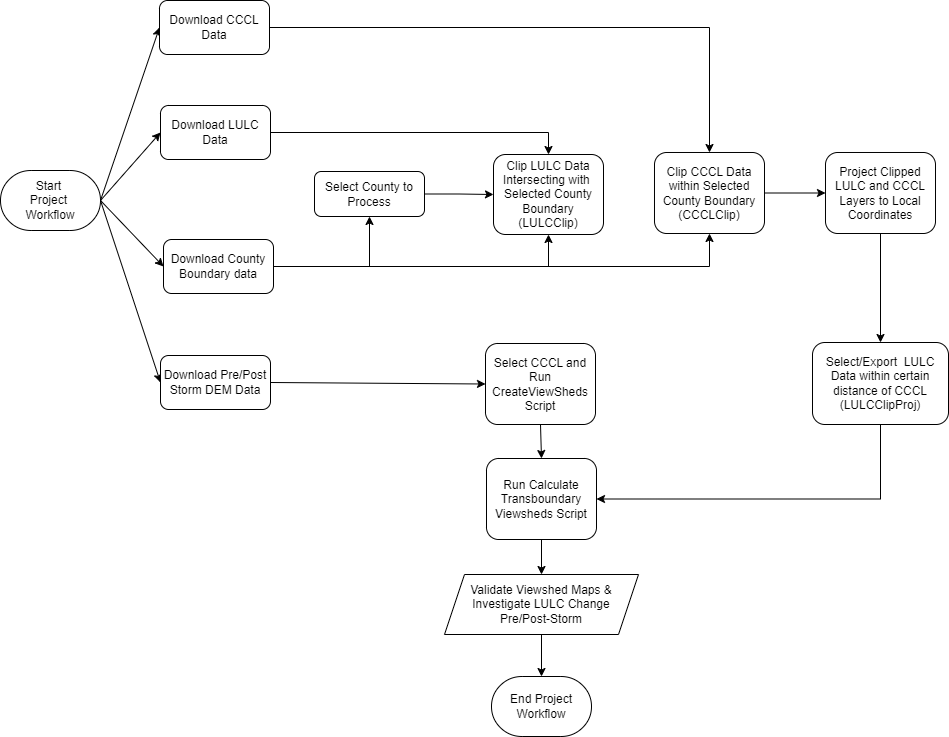
Before: ProjectWorkflow.drawio.png, a diagram exported from draw.io (RAIN-LX/ViewshedCalculator). Source tidied: cells renumbered, new cells last; positions are measured from the earlier drawing's top-left corner, leaving out a move shared by most shapes.
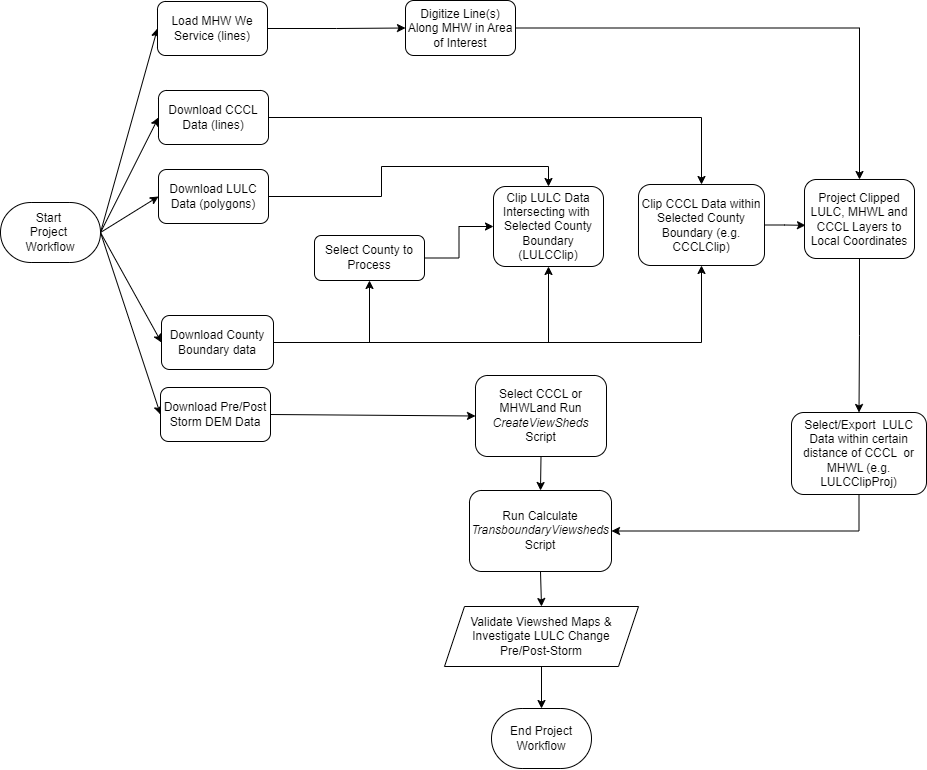
After the commit.

Commit message:
Added MHW to flowchart

Added MHW to flowchart

Change to the diagram source:
```diff
@@ -14,14 +14,17 @@
     <mxCell id="5" style="edgeStyle=none;rounded=0;jettySize=auto;html=1;exitX=1;exitY=0.5;exitDx=0;exitDy=0;exitPerimeter=0;entryX=0;entryY=0.5;entryDx=0;entryDy=0;" parent="1" edge="1" source="6" target="10">
       <mxGeometry relative="1" as="geometry" />
     </mxCell>
+    <mxCell id="33" style="edgeStyle=none;rounded=0;jettySize=auto;html=1;exitX=1;exitY=0.5;exitDx=0;exitDy=0;exitPerimeter=0;entryX=0;entryY=0.5;entryDx=0;entryDy=0;" parent="1" edge="1" source="6" target="35">
+      <mxGeometry relative="1" as="geometry" />
+    </mxCell>
     <mxCell id="6" value="Start&amp;nbsp;&lt;div&gt;Project&amp;nbsp;&lt;/div&gt;&lt;div&gt;Workflow&lt;/div&gt;" style="strokeWidth=1;html=1;shape=mxgraph.flowchart.terminator;whiteSpace=wrap;" parent="1" vertex="1">
       <mxGeometry y="170" width="100" height="60" as="geometry" />
     </mxCell>
     <mxCell id="7" style="edgeStyle=orthogonalEdgeStyle;rounded=0;jettySize=auto;html=1;exitX=1;exitY=0.5;exitDx=0;exitDy=0;entryX=0.5;entryY=0;entryDx=0;entryDy=0;" parent="1" edge="1" source="8" target="21">
       <mxGeometry relative="1" as="geometry" />
     </mxCell>
-    <mxCell id="8" value="&lt;div&gt;Download CCCL Data&lt;/div&gt;" style="rounded=1;whiteSpace=wrap;html=1;" parent="1" vertex="1">
-      <mxGeometry x="159" width="110" height="54" as="geometry" />
+    <mxCell id="8" value="&lt;div&gt;Download CCCL Data (lines)&lt;/div&gt;" style="rounded=1;whiteSpace=wrap;html=1;" parent="1" vertex="1">
+      <mxGeometry x="158" y="58" width="110" height="54" as="geometry" />
     </mxCell>
     <mxCell id="9" style="edgeStyle=none;rounded=0;jettySize=auto;html=1;exitX=1;exitY=0.5;exitDx=0;exitDy=0;entryX=0;entryY=0.5;entryDx=0;entryDy=0;" parent="1" edge="1" source="10" target="25">
       <mxGeometry relative="1" as="geometry" />
@@ -30,10 +33,16 @@
       <mxGeometry x="160" y="355" width="110" height="54" as="geometry" />
     </mxCell>
     <mxCell id="11" style="edgeStyle=orthogonalEdgeStyle;rounded=0;jettySize=auto;html=1;exitX=1;exitY=0.5;exitDx=0;exitDy=0;entryX=0.5;entryY=0;entryDx=0;entryDy=0;" parent="1" edge="1" source="12" target="17">
-      <mxGeometry relative="1" as="geometry" />
+      <mxGeometry relative="1" as="geometry">
+        <Array as="points">
+          <mxPoint x="381" y="164" />
+          <mxPoint x="381" y="134" />
+          <mxPoint x="548" y="134" />
+        </Array>
+      </mxGeometry>
     </mxCell>
-    <mxCell id="12" value="&lt;div&gt;Download LULC Data&lt;/div&gt;" style="rounded=1;whiteSpace=wrap;html=1;" parent="1" vertex="1">
-      <mxGeometry x="160" y="105" width="110" height="54" as="geometry" />
+    <mxCell id="12" value="&lt;div&gt;Download LULC Data&amp;nbsp;&lt;span style=&quot;background-color: initial;&quot;&gt;(polygons)&lt;/span&gt;&lt;/div&gt;" style="rounded=1;whiteSpace=wrap;html=1;" parent="1" vertex="1">
+      <mxGeometry x="158" y="137" width="110" height="54" as="geometry" />
     </mxCell>
     <mxCell id="13" style="edgeStyle=orthogonalEdgeStyle;rounded=0;jettySize=auto;html=1;exitX=1;exitY=0.5;exitDx=0;exitDy=0;entryX=0.5;entryY=1;entryDx=0;entryDy=0;" parent="1" edge="1" source="16" target="17">
       <mxGeometry relative="1" as="geometry" />
@@ -45,7 +54,7 @@
       <mxGeometry relative="1" as="geometry" />
     </mxCell>
     <mxCell id="16" value="&lt;div&gt;Download County Boundary data&lt;/div&gt;" style="rounded=1;whiteSpace=wrap;html=1;" parent="1" vertex="1">
-      <mxGeometry x="163" y="239" width="110" height="54" as="geometry" />
+      <mxGeometry x="161" y="283" width="112" height="54" as="geometry" />
     </mxCell>
     <mxCell id="17" value="&lt;div&gt;Clip LULC Data Intersecting with&amp;nbsp; Selected County Boundary (LULCClip)&lt;/div&gt;" style="rounded=1;whiteSpace=wrap;html=1;" parent="1" vertex="1">
       <mxGeometry x="493" y="154" width="110" height="80" as="geometry" />
@@ -53,26 +62,23 @@
     <mxCell id="18" style="edgeStyle=orthogonalEdgeStyle;rounded=0;jettySize=auto;html=1;exitX=0.5;exitY=1;exitDx=0;exitDy=0;entryX=1;entryY=0.5;entryDx=0;entryDy=0;" parent="1" edge="1" source="19" target="28">
       <mxGeometry relative="1" as="geometry" />
     </mxCell>
-    <mxCell id="19" value="&lt;div&gt;Select/Export&amp;nbsp; LULC Data within certain distance of CCCL (LULCClipProj)&lt;/div&gt;" style="rounded=1;whiteSpace=wrap;html=1;" parent="1" vertex="1">
-      <mxGeometry x="812" y="342" width="136" height="82" as="geometry" />
+    <mxCell id="19" value="&lt;div&gt;Select/Export&amp;nbsp; LULC Data within certain distance of CCCL&amp;nbsp; or MHWL&amp;nbsp;(e.g. LULCClipProj)&lt;/div&gt;" style="rounded=1;whiteSpace=wrap;html=1;" parent="1" vertex="1">
+      <mxGeometry x="791" y="380" width="135" height="82" as="geometry" />
     </mxCell>
-    <mxCell id="20" style="edgeStyle=orthogonalEdgeStyle;rounded=0;jettySize=auto;html=1;exitX=1;exitY=0.5;exitDx=0;exitDy=0;entryX=0;entryY=0.5;entryDx=0;entryDy=0;" parent="1" edge="1" source="21" target="32">
-      <mxGeometry relative="1" as="geometry" />
-    </mxCell>
-    <mxCell id="21" value="&lt;div&gt;Clip CCCL Data within Selected County Boundary (CCCLClip)&lt;/div&gt;" style="rounded=1;whiteSpace=wrap;html=1;" parent="1" vertex="1">
-      <mxGeometry x="654" y="152" width="110" height="81" as="geometry" />
+    <mxCell id="21" value="&lt;div&gt;Clip CCCL Data within Selected County Boundary (e.g. CCCLClip)&lt;/div&gt;" style="rounded=1;whiteSpace=wrap;html=1;" parent="1" vertex="1">
+      <mxGeometry x="638" y="152" width="126" height="81" as="geometry" />
     </mxCell>
     <mxCell id="22" style="edgeStyle=orthogonalEdgeStyle;rounded=0;jettySize=auto;html=1;exitX=1;exitY=0.5;exitDx=0;exitDy=0;entryX=0;entryY=0.5;entryDx=0;entryDy=0;" parent="1" edge="1" source="23" target="17">
       <mxGeometry relative="1" as="geometry" />
     </mxCell>
     <mxCell id="23" value="&lt;div&gt;Select County to Process&lt;/div&gt;" style="rounded=1;whiteSpace=wrap;html=1;" parent="1" vertex="1">
-      <mxGeometry x="314" y="171" width="110" height="45" as="geometry" />
+      <mxGeometry x="314" y="203" width="110" height="45" as="geometry" />
     </mxCell>
     <mxCell id="24" style="edgeStyle=none;rounded=0;jettySize=auto;html=1;exitX=0.5;exitY=1;exitDx=0;exitDy=0;entryX=0.5;entryY=0;entryDx=0;entryDy=0;" parent="1" edge="1" source="25" target="28">
       <mxGeometry relative="1" as="geometry" />
     </mxCell>
-    <mxCell id="25" value="&lt;div&gt;Select CCCL and Run CreateViewSheds Script&lt;/div&gt;" style="rounded=1;whiteSpace=wrap;html=1;" parent="1" vertex="1">
-      <mxGeometry x="485" y="343" width="110" height="81" as="geometry" />
+    <mxCell id="25" value="&lt;div&gt;Select CCCL or MHWLand Run &lt;i&gt;CreateViewSheds &lt;/i&gt;Script&lt;/div&gt;" style="rounded=1;whiteSpace=wrap;html=1;" parent="1" vertex="1">
+      <mxGeometry x="475" y="343" width="131" height="81" as="geometry" />
     </mxCell>
     <mxCell id="26" value="Validate Viewshed Maps &amp;amp;&lt;div&gt;Investigate LULC Change&lt;/div&gt;&lt;div&gt;Pre/Post-Storm&lt;/div&gt;" style="shape=parallelogram;perimeter=parallelogramPerimeter;whiteSpace=wrap;html=1;fixedSize=1;" parent="1" vertex="1">
       <mxGeometry x="444" y="574" width="194" height="60" as="geometry" />
@@ -80,8 +86,8 @@
     <mxCell id="27" style="edgeStyle=none;rounded=0;jettySize=auto;html=1;exitX=0.5;exitY=1;exitDx=0;exitDy=0;entryX=0.5;entryY=0;entryDx=0;entryDy=0;" parent="1" edge="1" source="28" target="26">
       <mxGeometry relative="1" as="geometry" />
     </mxCell>
-    <mxCell id="28" value="&lt;div&gt;Run Calculate Transboundary Viewsheds Script&lt;/div&gt;" style="rounded=1;whiteSpace=wrap;html=1;" parent="1" vertex="1">
-      <mxGeometry x="486" y="458" width="110" height="81" as="geometry" />
+    <mxCell id="28" value="&lt;div&gt;Run Calculate &lt;i&gt;TransboundaryViewsheds &lt;/i&gt;Script&lt;/div&gt;" style="rounded=1;whiteSpace=wrap;html=1;" parent="1" vertex="1">
+      <mxGeometry x="469" y="458" width="142" height="81" as="geometry" />
     </mxCell>
     <mxCell id="29" value="End Project Workflow" style="strokeWidth=1;html=1;shape=mxgraph.flowchart.terminator;whiteSpace=wrap;" parent="1" vertex="1">
       <mxGeometry x="491" y="676" width="100" height="60" as="geometry" />
@@ -92,8 +98,23 @@
     <mxCell id="31" style="edgeStyle=orthogonalEdgeStyle;rounded=0;jettySize=auto;html=1;exitX=0.5;exitY=1;exitDx=0;exitDy=0;entryX=0.5;entryY=0;entryDx=0;entryDy=0;" parent="1" edge="1" source="32" target="19">
       <mxGeometry relative="1" as="geometry" />
     </mxCell>
-    <mxCell id="32" value="&lt;div&gt;Project Clipped LULC and CCCL Layers to Local Coordinates&lt;/div&gt;" style="rounded=1;whiteSpace=wrap;html=1;" parent="1" vertex="1">
-      <mxGeometry x="825" y="152" width="110" height="81" as="geometry" />
+    <mxCell id="32" value="&lt;div&gt;Project Clipped LULC, MHWL and CCCL Layers to Local Coordinates&lt;/div&gt;" style="rounded=1;whiteSpace=wrap;html=1;" parent="1" vertex="1">
+      <mxGeometry x="804" y="147" width="110" height="79" as="geometry" />
     </mxCell>
+    <mxCell id="34" style="edgeStyle=orthogonalEdgeStyle;rounded=0;jettySize=auto;html=1;exitX=1;exitY=0.5;exitDx=0;exitDy=0;entryX=0;entryY=0.5;entryDx=0;entryDy=0;" parent="1" edge="1" source="35" target="37">
+      <mxGeometry relative="1" as="geometry" />
+    </mxCell>
+    <mxCell id="35" value="&lt;div&gt;Load MHW We Service (lines)&lt;/div&gt;" style="rounded=1;whiteSpace=wrap;html=1;" parent="1" vertex="1">
+      <mxGeometry x="157" y="-31" width="110" height="54" as="geometry" />
+    </mxCell>
+    <mxCell id="36" style="edgeStyle=orthogonalEdgeStyle;rounded=0;jettySize=auto;html=1;exitX=1;exitY=0.5;exitDx=0;exitDy=0;entryX=0.5;entryY=0;entryDx=0;entryDy=0;" parent="1" edge="1" source="37" target="32">
+      <mxGeometry relative="1" as="geometry" />
+    </mxCell>
+    <mxCell id="37" value="Digitize Line(s) Along MHW in Area of Interest" style="rounded=1;whiteSpace=wrap;html=1;" parent="1" vertex="1">
+      <mxGeometry x="405" y="-32" width="110" height="55" as="geometry" />
+    </mxCell>
+    <mxCell id="20" style="edgeStyle=orthogonalEdgeStyle;rounded=0;jettySize=auto;html=1;exitX=1;exitY=0.5;exitDx=0;exitDy=0;entryX=0.009;entryY=0.58;entryDx=0;entryDy=0;entryPerimeter=0;" parent="1" edge="1" source="21" target="32">
+      <mxGeometry relative="1" as="geometry" />
+    </mxCell>
   </root>
 </mxGraphModel>
```
